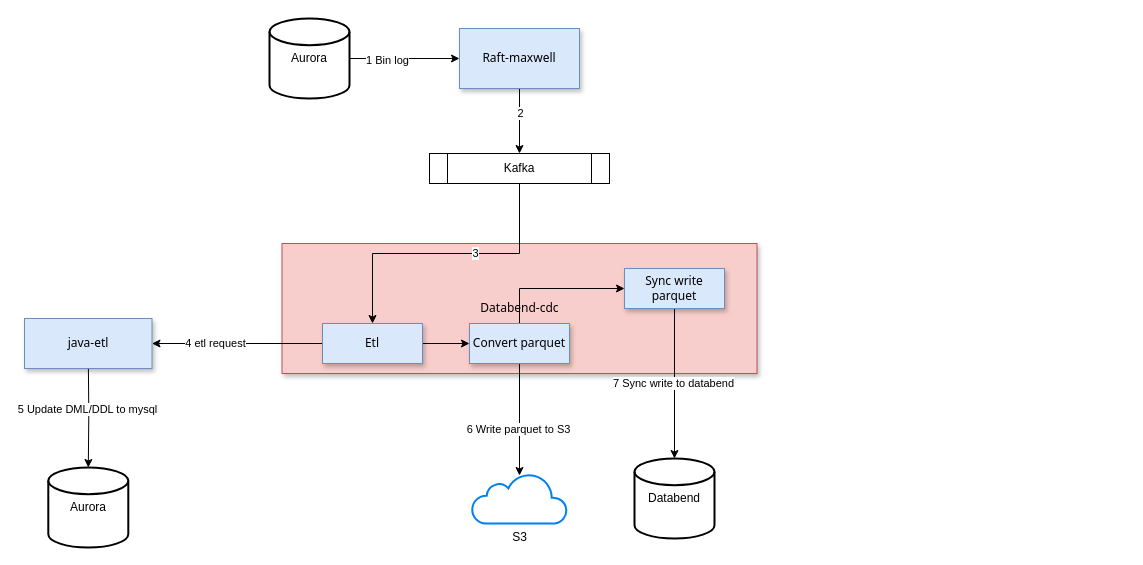
Before: doc/databend-parquet-mysql2.drawio in jackjoesh/databend, a draw.io diagram. Source tidied: cells renumbered, new cells numbered last; positions are measured from the earlier drawing's top-left corner, leaving out a move shared by most shapes. Both pictures are drawn from the tidied source at 100%, with x=0, y=0 at pixel (24, 18).
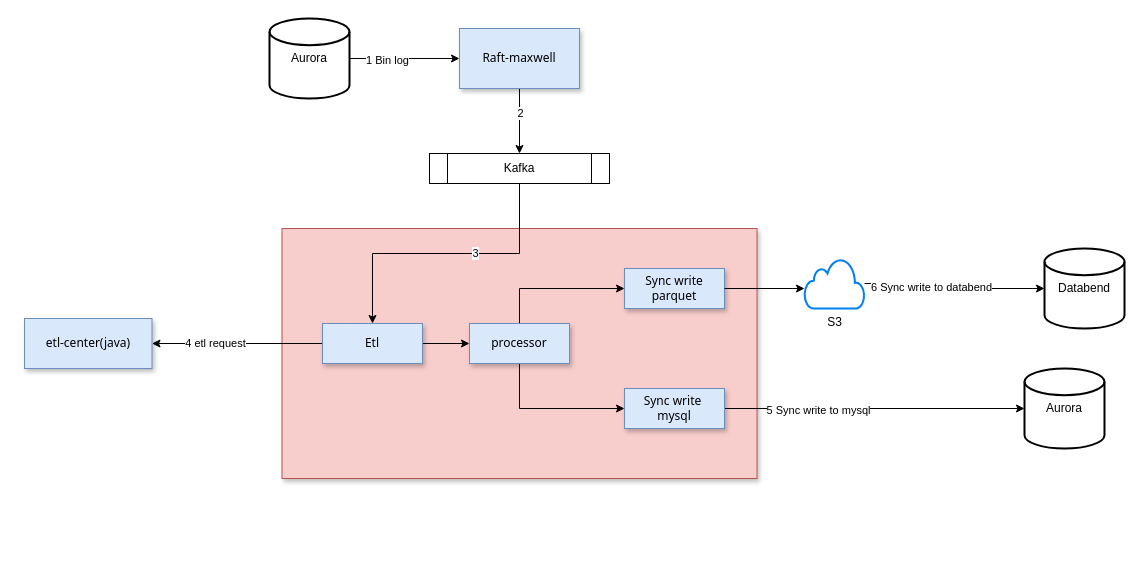
The same page after the edit.

The change refers to these unchanged cells:
```xml
<mxCell id="27" value="Sync write parquet" style="rounded=0;whiteSpace=wrap;html=1;fillColor=#dae8fc;strokeColor=#6c8ebf;shadow=1;fontFamily=Tahoma;" parent="1" vertex="1">
  <mxGeometry x="600" y="250" width="100" height="40" as="geometry" />
</mxCell>
```

Change to the diagram source:
```diff
@@
-    <mxCell id="8" style="edgeStyle=orthogonalEdgeStyle;rounded=0;jettySize=auto;html=1;exitX=0.5;exitY=1;exitDx=0;exitDy=0;" parent="1" edge="1" target="13">
-      <mxGeometry relative="1" as="geometry">
-        <mxPoint x="63.8" y="340" as="sourcePoint" />
-      </mxGeometry>
-    </mxCell>
-    <mxCell id="9" value="5 Update DML/DDL to mysql" style="edgeLabel;html=1;align=center;verticalAlign=middle;" parent="8" vertex="1">
-      <mxGeometry x="-0.09" y="-2" relative="1" as="geometry" />
-    </mxCell>
@@
-    <mxCell id="11" value="Databend-cdc" style="rounded=0;whiteSpace=wrap;html=1;fillColor=#f8cecc;strokeColor=#b85450;shadow=1;fontFamily=Tahoma;" parent="1" vertex="1">
-      <mxGeometry x="257.5" y="225" width="475" height="130" as="geometry" />
+    <mxCell id="11" style="rounded=0;whiteSpace=wrap;html=1;fillColor=#f8cecc;strokeColor=#b85450;shadow=1;fontFamily=Tahoma;" parent="1" vertex="1">
+      <mxGeometry x="257.5" y="210" width="475" height="250" as="geometry" />
     </mxCell>
+    <mxCell id="29" style="edgeStyle=orthogonalEdgeStyle;rounded=0;jettySize=auto;html=1;" parent="1" edge="1" source="12" target="14">
+      <mxGeometry relative="1" as="geometry" />
+    </mxCell>
+    <mxCell id="30" value="6 Sync write to databend" style="edgeLabel;html=1;align=center;verticalAlign=middle;" parent="29" vertex="1">
+      <mxGeometry x="-0.29" y="-3" relative="1" as="geometry" />
+    </mxCell>
     <mxCell id="12" value="S3" style="html=1;verticalLabelPosition=bottom;align=center;labelBackgroundColor=#ffffff;verticalAlign=top;strokeWidth=2;strokeColor=#0080F0;shadow=0;dashed=0;shape=mxgraph.ios7.icons.cloud;" parent="1" vertex="1">
-      <mxGeometry x="447.5" y="455" width="95" height="50" as="geometry" />
+      <mxGeometry x="780" y="240" width="60" height="50" as="geometry" />
     </mxCell>
     <mxCell id="13" value="Aurora" style="strokeWidth=2;html=1;shape=mxgraph.flowchart.database;whiteSpace=wrap;" parent="1" vertex="1">
-      <mxGeometry x="23.8" y="449" width="80" height="80" as="geometry" />
+      <mxGeometry x="1000" y="350" width="80" height="80" as="geometry" />
     </mxCell>
     <mxCell id="14" value="Databend" style="strokeWidth=2;html=1;shape=mxgraph.flowchart.database;whiteSpace=wrap;" parent="1" vertex="1">
-      <mxGeometry x="610" y="440" width="80" height="80" as="geometry" />
+      <mxGeometry x="1020" y="230" width="80" height="80" as="geometry" />
     </mxCell>
-    <mxCell id="15" style="edgeStyle=orthogonalEdgeStyle;rounded=0;jettySize=auto;html=1;entryX=0.5;entryY=0.04;entryDx=0;entryDy=0;entryPerimeter=0;" parent="1" edge="1" source="22" target="12">
-      <mxGeometry relative="1" as="geometry" />
-    </mxCell>
-    <mxCell id="16" value="6 Write parquet to S3" style="edgeLabel;html=1;align=center;verticalAlign=middle;" parent="15" vertex="1">
-      <mxGeometry x="0.16" y="-2" relative="1" as="geometry" />
-    </mxCell>
@@
+    <mxCell id="31" style="edgeStyle=orthogonalEdgeStyle;rounded=0;jettySize=auto;html=1;entryX=0;entryY=0.5;entryDx=0;entryDy=0;exitX=0.5;exitY=1;exitDx=0;exitDy=0;" parent="1" edge="1" source="22" target="35">
+      <mxGeometry relative="1" as="geometry" />
+    </mxCell>
-    <mxCell id="22" value="Convert parquet" style="rounded=0;whiteSpace=wrap;html=1;fillColor=#dae8fc;strokeColor=#6c8ebf;shadow=1;fontFamily=Tahoma;" parent="1" vertex="1">
+    <mxCell id="22" value="processor" style="rounded=0;whiteSpace=wrap;html=1;fillColor=#dae8fc;strokeColor=#6c8ebf;shadow=1;fontFamily=Tahoma;" parent="1" vertex="1">
       <mxGeometry x="445" y="305" width="100" height="40" as="geometry" />
     </mxCell>
@@
-    <mxCell id="25" style="edgeStyle=orthogonalEdgeStyle;rounded=0;jettySize=auto;html=1;exitX=0.5;exitY=1;exitDx=0;exitDy=0;" parent="1" edge="1" source="27" target="14">
-      <mxGeometry relative="1" as="geometry" />
-    </mxCell>
-    <mxCell id="26" value="7 Sync write to databend" style="edgeLabel;html=1;align=center;verticalAlign=middle;" parent="25" vertex="1">
-      <mxGeometry x="-0.01" y="-2" relative="1" as="geometry" />
-    </mxCell>
@@
-    <mxCell id="28" value="java-etl" style="rounded=0;whiteSpace=wrap;html=1;fillColor=#dae8fc;strokeColor=#6c8ebf;shadow=1;fontFamily=Tahoma;" parent="1" vertex="1">
+    <mxCell id="28" value="etl-center(java)" style="rounded=0;whiteSpace=wrap;html=1;fillColor=#dae8fc;strokeColor=#6c8ebf;shadow=1;fontFamily=Tahoma;" parent="1" vertex="1">
       <mxGeometry y="300" width="127.5" height="50" as="geometry" />
     </mxCell>
+    <mxCell id="32" style="edgeStyle=orthogonalEdgeStyle;rounded=0;jettySize=auto;html=1;exitX=1;exitY=0.5;exitDx=0;exitDy=0;entryX=0;entryY=0.6;entryDx=0;entryDy=0;entryPerimeter=0;" parent="1" edge="1" source="27" target="12">
+      <mxGeometry relative="1" as="geometry" />
+    </mxCell>
+    <mxCell id="33" style="edgeStyle=orthogonalEdgeStyle;rounded=0;jettySize=auto;html=1;entryX=0;entryY=0.5;entryDx=0;entryDy=0;entryPerimeter=0;" parent="1" edge="1" source="35" target="13">
+      <mxGeometry relative="1" as="geometry" />
+    </mxCell>
+    <mxCell id="34" value="5 Sync write to mysql" style="edgeLabel;html=1;align=center;verticalAlign=middle;" parent="33" vertex="1">
+      <mxGeometry x="-0.38" y="-1" relative="1" as="geometry" />
+    </mxCell>
+    <mxCell id="35" value="Sync write&amp;nbsp;&lt;div&gt;mysql&lt;/div&gt;" style="rounded=0;whiteSpace=wrap;html=1;fillColor=#dae8fc;strokeColor=#6c8ebf;shadow=1;fontFamily=Tahoma;" parent="1" vertex="1">
+      <mxGeometry x="600" y="370" width="100" height="40" as="geometry" />
+    </mxCell>
```
